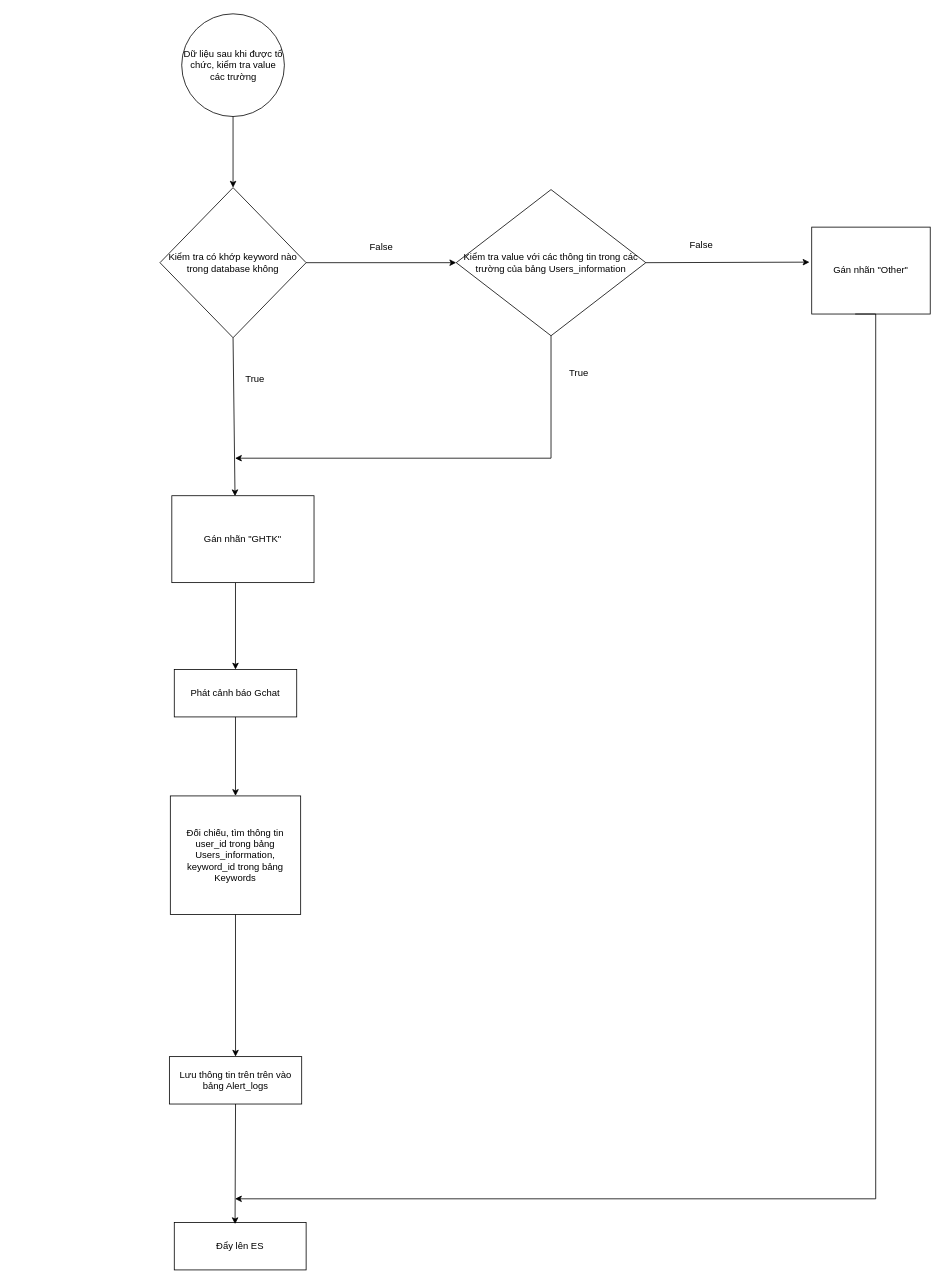
tung23102000/test-ssh keeps this draw.io diagram as biểu đồ hoạt động.drawio. Above is the earlier version. Source tidied: cells renumbered, new cells numbered last; positions are measured from the earlier drawing's top-left corner, leaving out a move shared by most shapes. Both pictures are drawn from the tidied source at 79%, with x=0, y=0 at pixel (160, 13).
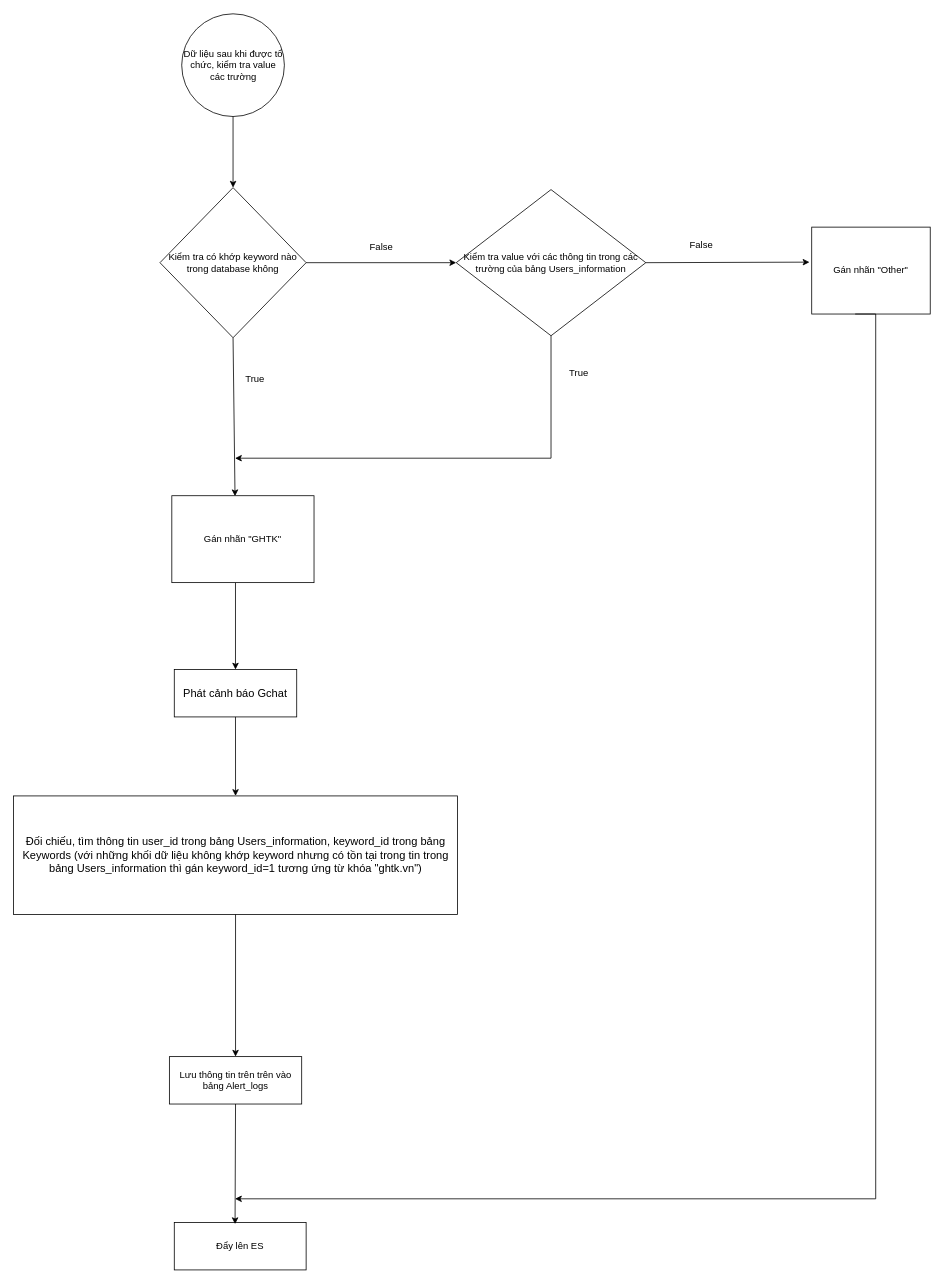
Above is the later version.

Commit message:
Cập nhật biểu đồ hoạt động.drawio

Diff of the diagram source:
```diff
@@
-    <mxCell id="5" value="Đối chiếu, tìm thông tin user_id trong bảng Users_information, keyword_id trong bảng Keywords" style="rounded=0;whiteSpace=wrap;html=1;" parent="1" vertex="1">
-      <mxGeometry x="13.1" y="990" width="165" height="150" as="geometry" />
+    <mxCell id="5" value="&lt;font style=&quot;font-size: 14px;&quot;&gt;Đối chiếu, tìm thông tin user_id trong bảng Users_information, keyword_id trong bảng Keywords (với những khối dữ liệu không khớp keyword nhưng có tồn tại trong tin trong bảng Users_information thì gán keyword_id=1 tương ứng từ khóa &quot;ghtk.vn&quot;)&lt;/font&gt;" style="rounded=0;whiteSpace=wrap;html=1;" parent="1" vertex="1">
+      <mxGeometry x="-185.3" y="990" width="561.9" height="150" as="geometry" />
     </mxCell>
@@
-    <mxCell id="8" value="Phát cảnh báo Gchat" style="rounded=0;whiteSpace=wrap;html=1;" parent="1" vertex="1">
+    <mxCell id="8" value="&lt;font style=&quot;font-size: 14px;&quot;&gt;Phát cảnh báo Gchat&lt;/font&gt;" style="rounded=0;whiteSpace=wrap;html=1;" parent="1" vertex="1">
       <mxGeometry x="18.1" y="830" width="155" height="60" as="geometry" />
     </mxCell>
```
